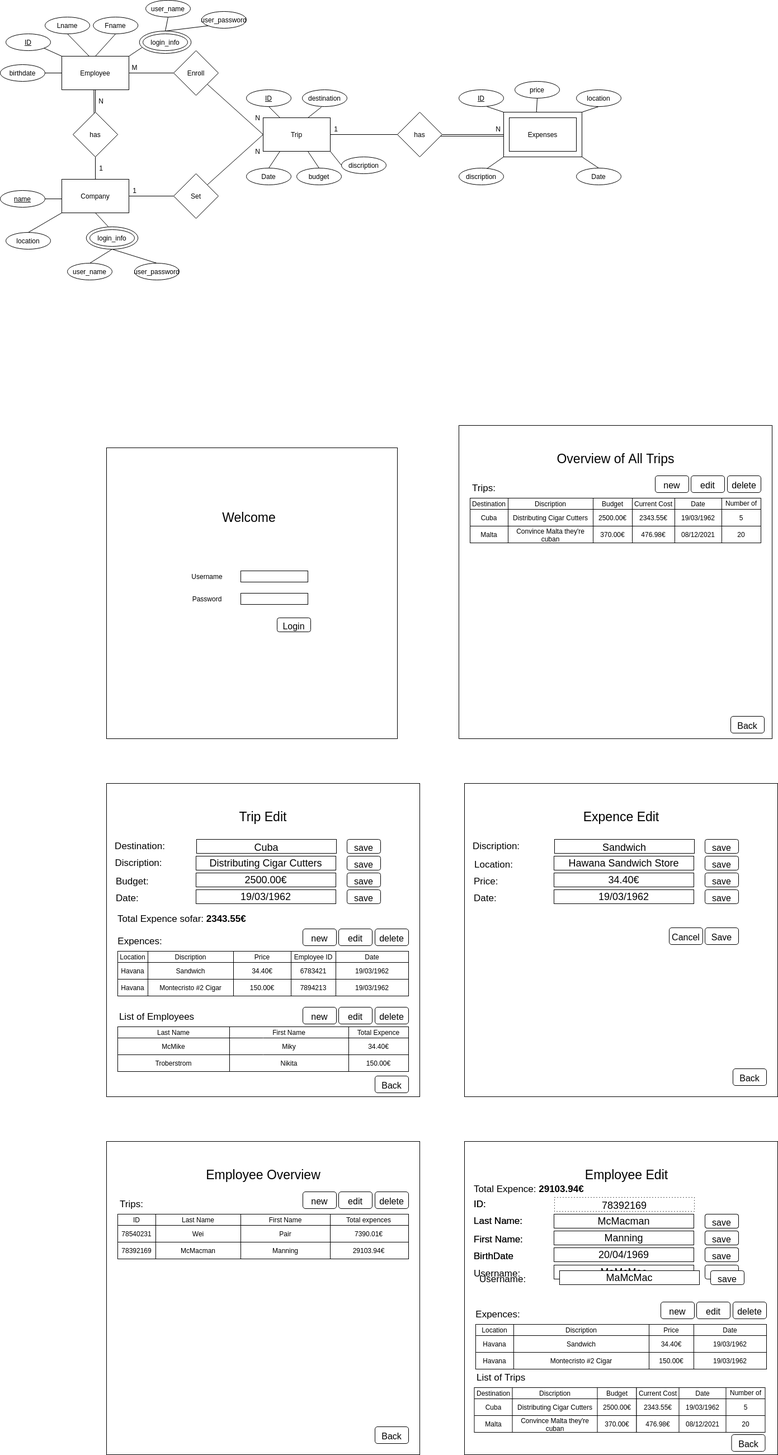
This is images/er_diagram.png from composurexd/DIT341-webdev, a draw.io export, as it was before one commit. Source tidied: cells renumbered, new cells last; positions are measured from the earlier drawing's top-left corner, leaving out a move shared by most shapes.
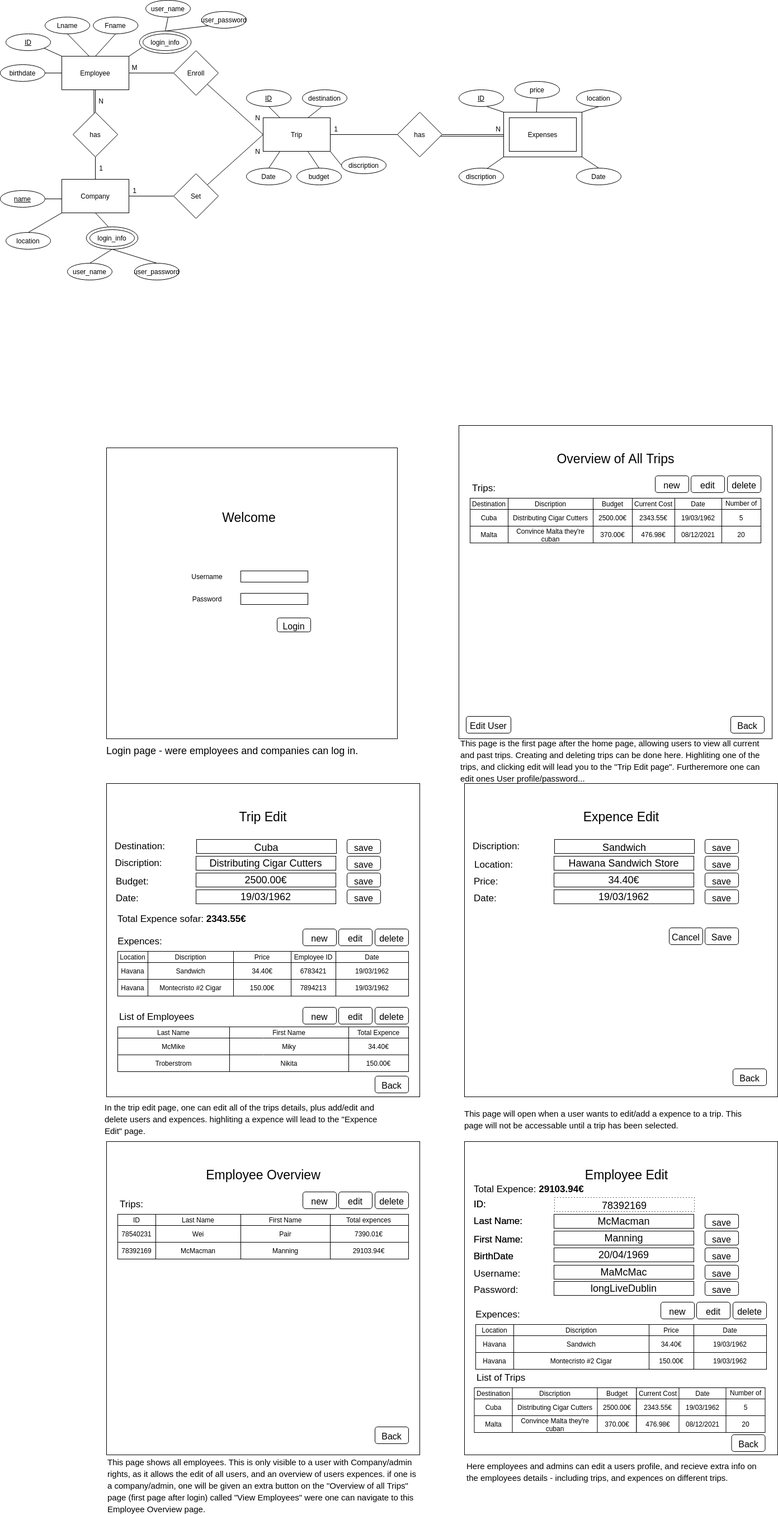
After the change.

Commit message:
updated diagram with text

Change to the diagram source:
```diff
@@ -945,13 +945,34 @@
       <mxGeometry x="845" y="2263.5" width="85" height="20" as="geometry" />
     </mxCell>
     <mxCell id="314" value="&lt;span style=&quot;font-size: 16px&quot;&gt;save&lt;/span&gt;&lt;span style=&quot;color: rgba(0 , 0 , 0 , 0) ; font-family: monospace ; font-size: 0px&quot;&gt;%3CmxGraphModel%3E%3Croot%3E%3CmxCell%20id%3D%220%22%2F%3E%3CmxCell%20id%3D%221%22%20parent%3D%220%22%2F%3E%3CmxCell%20id%3D%222%22%20value%3D%22%26lt%3Bspan%20style%3D%26quot%3Bfont-size%3A%2016px%26quot%3B%26gt%3Bnew%26lt%3B%2Fspan%26gt%3B%22%20style%3D%22rounded%3D1%3BwhiteSpace%3Dwrap%3Bhtml%3D1%3BfontSize%3D23%3B%22%20vertex%3D%221%22%20parent%3D%221%22%3E%3CmxGeometry%20x%3D%221781%22%20y%3D%221070%22%20width%3D%2260%22%20height%3D%2230%22%20as%3D%22geometry%22%2F%3E%3C%2FmxCell%3E%3C%2Froot%3E%3C%2FmxGraphModel%3E&lt;/span&gt;" style="rounded=1;whiteSpace=wrap;html=1;fontSize=23;" parent="1" vertex="1">
-      <mxGeometry x="1270" y="2271" width="60" height="25" as="geometry" />
+      <mxGeometry x="1260" y="2290" width="60" height="25" as="geometry" />
     </mxCell>
-    <mxCell id="315" value="MaMcMac" style="rounded=0;whiteSpace=wrap;html=1;fontSize=18;" parent="1" vertex="1">
-      <mxGeometry x="1000" y="2271" width="250" height="25" as="geometry" />
+    <mxCell id="315" value="longLiveDublin" style="rounded=0;whiteSpace=wrap;html=1;fontSize=18;" parent="1" vertex="1">
+      <mxGeometry x="990" y="2290" width="250" height="25" as="geometry" />
     </mxCell>
-    <mxCell id="316" value="&lt;span style=&quot;font-size: 17px&quot;&gt;Username:&lt;/span&gt;" style="text;html=1;strokeColor=none;fillColor=none;align=left;verticalAlign=middle;whiteSpace=wrap;rounded=0;fontSize=23;" parent="1" vertex="1">
-      <mxGeometry x="855" y="2273.5" width="85" height="20" as="geometry" />
+    <mxCell id="316" value="&lt;span style=&quot;font-size: 17px&quot;&gt;Password:&lt;/span&gt;" style="text;html=1;strokeColor=none;fillColor=none;align=left;verticalAlign=middle;whiteSpace=wrap;rounded=0;fontSize=23;" parent="1" vertex="1">
+      <mxGeometry x="845" y="2292.5" width="85" height="20" as="geometry" />
     </mxCell>
+    <mxCell id="317" value="Login page - were employees and companies can log in.&lt;span style=&quot;color: rgba(0 , 0 , 0 , 0) ; font-family: monospace ; font-size: 0px ; background-color: rgb(248 , 249 , 250)&quot;&gt;%3CmxGraphModel%3E%3Croot%3E%3CmxCell%20id%3D%220%22%2F%3E%3CmxCell%20id%3D%221%22%20parent%3D%220%22%2F%3E%3CmxCell%20id%3D%222%22%20value%3D%22%26lt%3Bspan%20style%3D%26quot%3Bfont-size%3A%2016px%26quot%3B%26gt%3Bsave%26lt%3B%2Fspan%26gt%3B%26lt%3Bspan%20style%3D%26quot%3Bcolor%3A%20rgba(0%20%2C%200%20%2C%200%20%2C%200)%20%3B%20font-family%3A%20monospace%20%3B%20font-size%3A%200px%26quot%3B%26gt%3B%253CmxGraphModel%253E%253Croot%253E%253CmxCell%2520id%253D%25220%2522%252F%253E%253CmxCell%2520id%253D%25221%2522%2520parent%253D%25220%2522%252F%253E%253CmxCell%2520id%253D%25222%2522%2520value%253D%2522%2526lt%253Bspan%2520style%253D%2526quot%253Bfont-size%253A%252016px%2526quot%253B%2526gt%253Bnew%2526lt%253B%252Fspan%2526gt%253B%2522%2520style%253D%2522rounded%253D1%253BwhiteSpace%253Dwrap%253Bhtml%253D1%253BfontSize%253D23%253B%2522%2520vertex%253D%25221%2522%2520parent%253D%25221%2522%253E%253CmxGeometry%2520x%253D%25221781%2522%2520y%253D%25221070%2522%2520width%253D%252260%2522%2520height%253D%252230%2522%2520as%253D%2522geometry%2522%252F%253E%253C%252FmxCell%253E%253C%252Froot%253E%253C%252FmxGraphModel%253E%26lt%3B%2Fspan%26gt%3B%22%20style%3D%22rounded%3D1%3BwhiteSpace%3Dwrap%3Bhtml%3D1%3BfontSize%3D23%3B%22%20vertex%3D%221%22%20parent%3D%221%22%3E%3CmxGeometry%20x%3D%221270%22%20y%3D%222341%22%20width%3D%2260%22%20height%3D%2225%22%20as%3D%22geometry%22%2F%3E%3C%2FmxCell%3E%3CmxCell%20id%3D%223%22%20value%3D%22MaMcMac%22%20style%3D%22rounded%3D0%3BwhiteSpace%3Dwrap%3Bhtml%3D1%3BfontSize%3D18%3B%22%20vertex%3D%221%22%20parent%3D%221%22%3E%3CmxGeometry%20x%3D%221000%22%20y%3D%222341%22%20width%3D%22250%22%20height%3D%2225%22%20as%3D%22geometry%22%2F%3E%3C%2FmxCell%3E%3CmxCell%20id%3D%224%22%20value%3D%22%26lt%3Bspan%20style%3D%26quot%3Bfont-size%3A%2017px%26quot%3B%26gt%3BUsername%3A%26lt%3B%2Fspan%26gt%3B%22%20style%3D%22text%3Bhtml%3D1%3BstrokeColor%3Dnone%3BfillColor%3Dnone%3Balign%3Dleft%3BverticalAlign%3Dmiddle%3BwhiteSpace%3Dwrap%3Brounded%3D0%3BfontSize%3D23%3B%22%20vertex%3D%221%22%20parent%3D%221%22%3E%3CmxGeometry%20x%3D%22855%22%20y%3D%222343.5%22%20width%3D%2285%22%20height%3D%2220%22%20as%3D%22geometry%22%2F%3E%3C%2FmxCell%3E%3C%2Froot%3E%3C%2FmxGraphModel%3E&lt;/span&gt;" style="text;html=1;strokeColor=none;fillColor=none;align=left;verticalAlign=middle;whiteSpace=wrap;rounded=0;dashed=1;dashPattern=1 4;fontSize=18;" parent="1" vertex="1">
+      <mxGeometry x="188" y="1332" width="521" height="20" as="geometry" />
+    </mxCell>
+    <mxCell id="318" value="&lt;font style=&quot;font-size: 15px&quot;&gt;This page is the first page after the home page, allowing users to view all current and past trips. Creating and deleting trips can be done here. Highliting one of the trips, and clicking edit will lead you to the &quot;Trip Edit page&quot;. Furtheremore one can edit ones User profile/password...&lt;/font&gt;" style="text;html=1;strokeColor=none;fillColor=none;align=left;verticalAlign=middle;whiteSpace=wrap;rounded=0;dashed=1;dashPattern=1 4;fontSize=18;" parent="1" vertex="1">
+      <mxGeometry x="821" y="1336" width="561" height="45" as="geometry" />
+    </mxCell>
+    <mxCell id="319" value="&lt;span style=&quot;font-size: 16px&quot;&gt;Edit User&lt;/span&gt;" style="rounded=1;whiteSpace=wrap;html=1;fontSize=23;" parent="1" vertex="1">
+      <mxGeometry x="833" y="1280" width="80" height="30" as="geometry" />
+    </mxCell>
+    <mxCell id="320" value="&lt;span style=&quot;font-size: 15px&quot;&gt;In the trip edit page, one can edit all of the trips details, plus add/edit and delete users and expences. highliting a expence will lead to the &quot;Expence Edit&quot; page.&lt;/span&gt;" style="text;html=1;strokeColor=none;fillColor=none;align=left;verticalAlign=middle;whiteSpace=wrap;rounded=0;dashed=1;dashPattern=1 4;fontSize=18;" parent="1" vertex="1">
+      <mxGeometry x="185" y="1977" width="521" height="45" as="geometry" />
+    </mxCell>
+    <mxCell id="321" value="&lt;font style=&quot;font-size: 15px&quot;&gt;This page will open when a user wants to edit/add a expence to a trip. This page will not be accessable until a trip has been selected.&lt;/font&gt;" style="text;html=1;strokeColor=none;fillColor=none;align=left;verticalAlign=middle;whiteSpace=wrap;rounded=0;dashed=1;dashPattern=1 4;fontSize=18;" parent="1" vertex="1">
+      <mxGeometry x="828" y="1977" width="521" height="45" as="geometry" />
+    </mxCell>
+    <mxCell id="322" value="&lt;span style=&quot;font-size: 15px&quot;&gt;This page shows all employees. This is only visible to a user with Company/admin rights, as it allows the edit of all users, and an overview of users expences. if one is a company/admin, one will be given an extra button on the &quot;Overview of all Trips&quot; page (first page after login) called &quot;View Employees&quot; were one can navigate to this Employee Overview page.&lt;/span&gt;" style="text;html=1;strokeColor=none;fillColor=none;align=left;verticalAlign=middle;whiteSpace=wrap;rounded=0;dashed=1;dashPattern=1 4;fontSize=18;" parent="1" vertex="1">
+      <mxGeometry x="190" y="2632" width="563" height="45" as="geometry" />
+    </mxCell>
+    <mxCell id="323" value="&lt;span style=&quot;font-size: 15px&quot;&gt;Here employees and admins can edit a users profile, and recieve extra info on the employees details - including trips, and expences on different trips.&lt;/span&gt;" style="text;html=1;strokeColor=none;fillColor=none;align=left;verticalAlign=middle;whiteSpace=wrap;rounded=0;dashed=1;dashPattern=1 4;fontSize=18;" parent="1" vertex="1">
+      <mxGeometry x="832" y="2607" width="521" height="45" as="geometry" />
+    </mxCell>
   </root>
 </mxGraphModel>
```
